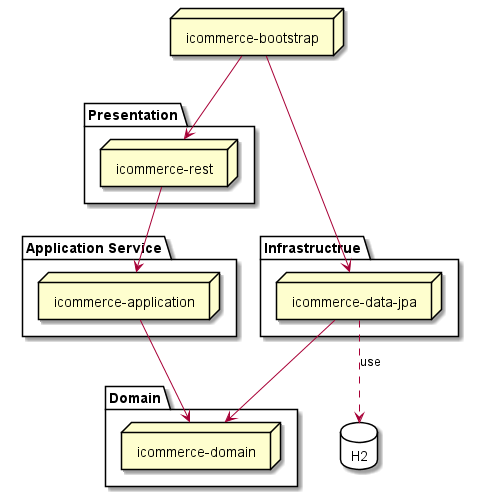
The PlantUML diagram Architecture.png in khanhnguyen18/purchase-prepaid-data, before a commit.
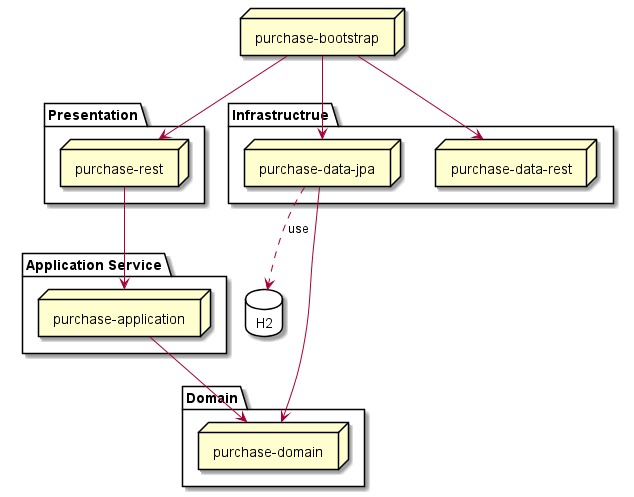
Above is the later version.

The edit, as a diff of the source:
```diff
@@ -1,21 +1,23 @@
 @startuml
-node "icommerce-bootstrap"
+node "purchase-bootstrap"
 
 package "Presentation" {
-  node "icommerce-rest"
+  node "purchase-rest"
 }
 
 package "Domain" {
-  node "icommerce-domain"
+  node "purchase-domain"
 }
 
 
 package "Application Service" {
-  node "icommerce-application"
+  node "purchase-application"
 }
 
 package "Infrastructrue" {
-  node "icommerce-data-jpa"
+  node "purchase-data-jpa"
+
+  node "purchase-data-rest"
 }
 
 database "H2" {
@@ -23,14 +25,15 @@
 }
 
 
-[icommerce-bootstrap] --> [icommerce-rest]
-[icommerce-bootstrap] --> [icommerce-data-jpa]
+[purchase-bootstrap] --> [purchase-rest]
+[purchase-bootstrap] --> [purchase-data-jpa]
+[purchase-bootstrap] --> [purchase-data-rest]
 
-[icommerce-data-jpa] --> [icommerce-domain]
-[icommerce-application] --> [icommerce-domain]
+[purchase-data-jpa] --> [purchase-domain]
+[purchase-application] --> [purchase-domain]
 
-[icommerce-rest] --> [icommerce-application]
-[icommerce-data-jpa] -[dashed]->H2 : use
+[purchase-rest] --> [purchase-application]
+[purchase-data-jpa] -[dashed]->H2 : use
 
 
 @enduml
```
